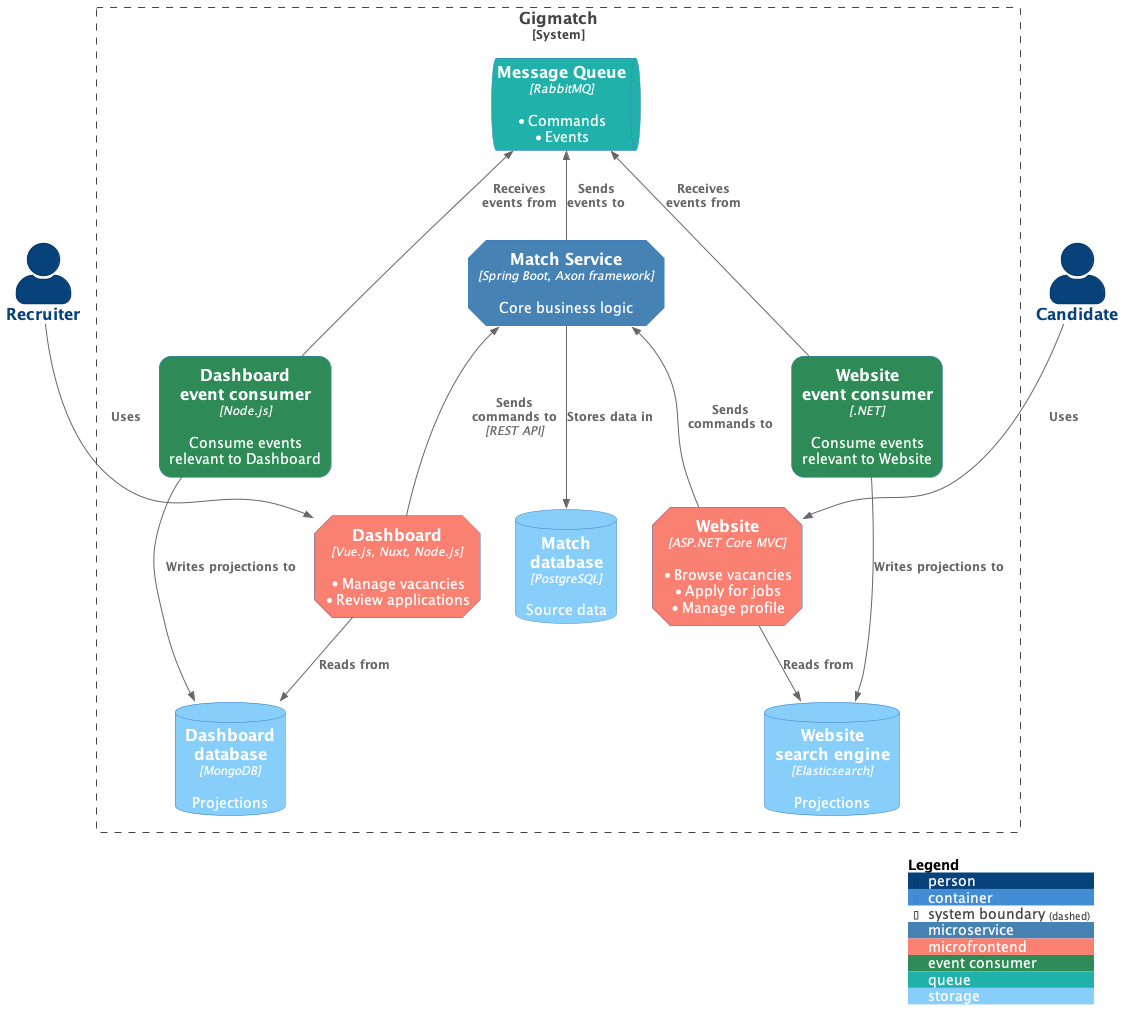
Above: diagrams/overview.png in laurens-runnable/gigmatch (PlantUML), before the change.
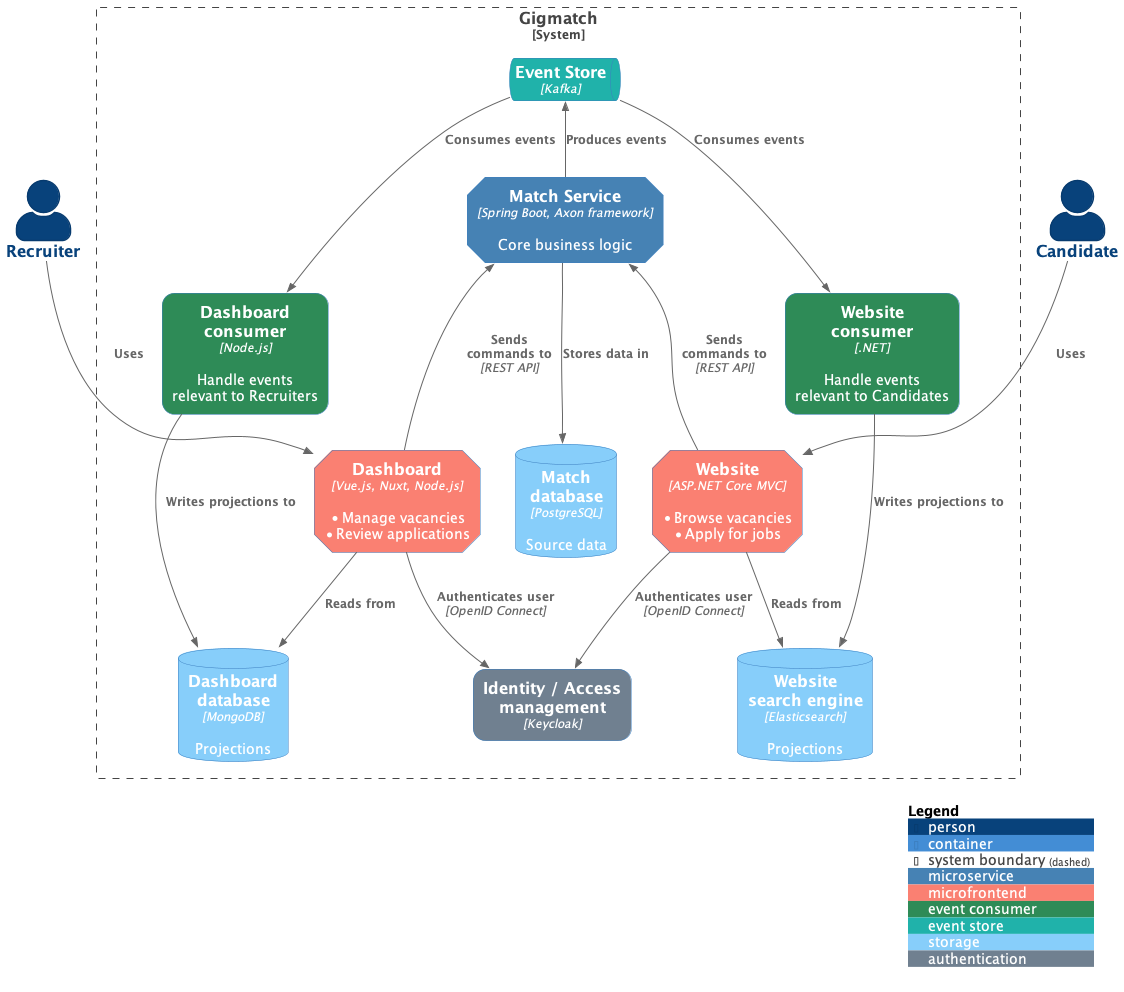
After the change.

The edit, as a diff of the source:
```diff
@@ -4,9 +4,9 @@
 AddElementTag("microservice", $shape=EightSidedShape(), $bgColor="SteelBlue", $fontColor="white", $legendText="microservice")
 AddElementTag("microfrontend", $shape=EightSidedShape(), $bgColor="Salmon", $fontColor="white", $legendText="microfrontend")
 AddElementTag("consumer", $shape=RoundedBoxShape(), $bgColor="SeaGreen", $fontColor="white", $legendText="event consumer")
-AddElementTag("queue", $shape=RoundedBoxShape(), $bgColor="LightSeaGreen", $fontColor="white", $legendText="queue")
+AddElementTag("eventstore", $shape=RoundedBoxShape(), $bgColor="LightSeaGreen", $fontColor="white", $legendText="event store")
 AddElementTag("storage", $shape=RoundedBoxShape(), $bgColor="LightSkyBlue", $fontColor="white", $legendText="storage")
-AddElementTag("cms", $shape=RoundedBoxShape(), $bgColor="LightSteelBlue", $fontColor="white", $legendText="cms")
+AddElementTag("authentication", $shape=RoundedBoxShape(), $bgColor="SlateGray", $fontColor="white", $legendText="authentication")
 
 SHOW_PERSON_PORTRAIT()
 
@@ -14,33 +14,38 @@
 Person(candidate, Candidate)
 
 System_Boundary(c1, "Gigmatch") {
-    ContainerQueue(message_bus, "Message Queue", "RabbitMQ", "* Commands\n* Events", $tags = "queue")
+    ContainerQueue(event_store, "Event Store", "Kafka", $tags = "eventstore")
 
     Container(dashboard, "Dashboard", "Vue.js, Nuxt, Node.js", "* Manage vacancies\n*Review applications", $tags = "microfrontend")
-    Container(dashboard_consumer, "Dashboard\nevent consumer", "Node.js", "Consume events\nrelevant to Dashboard", $tags = "consumer")
+    Container(dashboard_consumer, "Dashboard\nconsumer", "Node.js", "Handle events\nrelevant to Recruiters", $tags = "consumer")
     ContainerDb(dashboard_projections, "Dashboard\ndatabase", "MongoDB", "Projections", $tags = "storage")
 
     Container(match_service, "Match Service", "Spring Boot, Axon framework", "Core business logic", $tags = "microservice")
     ContainerDb(match_db, "Match\ndatabase", "PostgreSQL", "Source data", $tags = "storage")
 
-    Container(website_consumer, "Website\nevent consumer", ".NET", "Consume events\nrelevant to Website", $tags = "consumer")
-    Container(website, "Website", "ASP.NET Core MVC", "* Browse vacancies\n*Apply for jobs\n* Manage profile", $tags = "microfrontend")
+    Container(website_consumer, "Website\nconsumer", ".NET", "Handle events\nrelevant to Candidates", $tags = "consumer")
+    Container(website, "Website", "ASP.NET Core MVC", "* Browse vacancies\n*Apply for jobs", $tags = "microfrontend")
     ContainerDb(vacancy_search_engine, "Website\nsearch engine", "Elasticsearch", "Projections", $tags = "storage")
+
+    Container(keycloak, "Identity / Access\nmanagement", "Keycloak", $tags = "authentication")
 }
 
 Rel_D(recruiter, dashboard, "Uses")
 
 Rel_U(dashboard, match_service, "Sends\ncommands to", "REST API")
-Rel_U(dashboard_consumer, message_bus, "Receives\nevents from")
+Rel_D(event_store, dashboard_consumer, "Consumes events")
+Rel_D(dashboard, keycloak, "Authenticates user", "OpenID Connect")
 Rel_D(dashboard, dashboard_projections, "Reads from")
 Rel_D(dashboard_consumer, dashboard_projections, "Writes projections to")
 
-Rel_U(match_service, message_bus, "Sends\nevents to")
-Rel(match_service, match_db, "Stores data in")
+Rel_U(match_service, event_store, "Produces events")
+Rel_D(match_service, match_db, "Stores data in")
 
 Rel_D(candidate, website, "Uses")
-Rel_U(website, match_service, "Sends\ncommands to")
-Rel_U(website_consumer, message_bus, "Receives\nevents from")
+
+Rel_U(website, match_service, "Sends\ncommands to", "REST API")
+Rel_D(website, keycloak, "Authenticates user", "OpenID Connect")
+Rel_D(event_store, website_consumer, "Consumes events")
 Rel_D(website_consumer, vacancy_search_engine, "Writes projections to")
 Rel_D(website, vacancy_search_engine, "Reads from")
 
```
